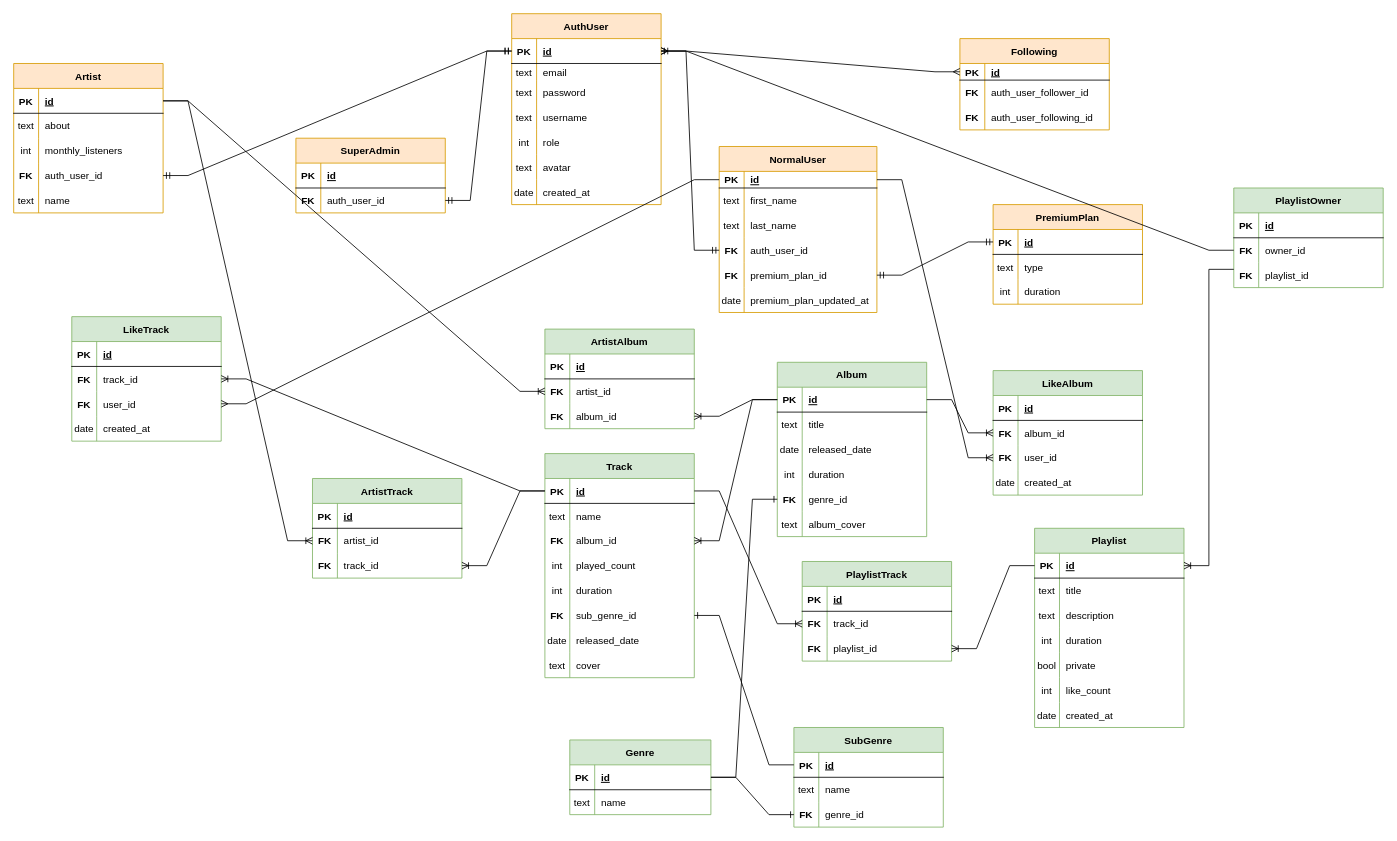
shakibfarzan/air-vinyl keeps this draw.io diagram as ERD.drawio. Above is the earlier version. Source tidied: cells renumbered, new cells numbered last; positions are measured from the earlier drawing's top-left corner, leaving out a move shared by most shapes. Both pictures are drawn from the tidied source at 83%, with x=0, y=0 at pixel (13, 13).
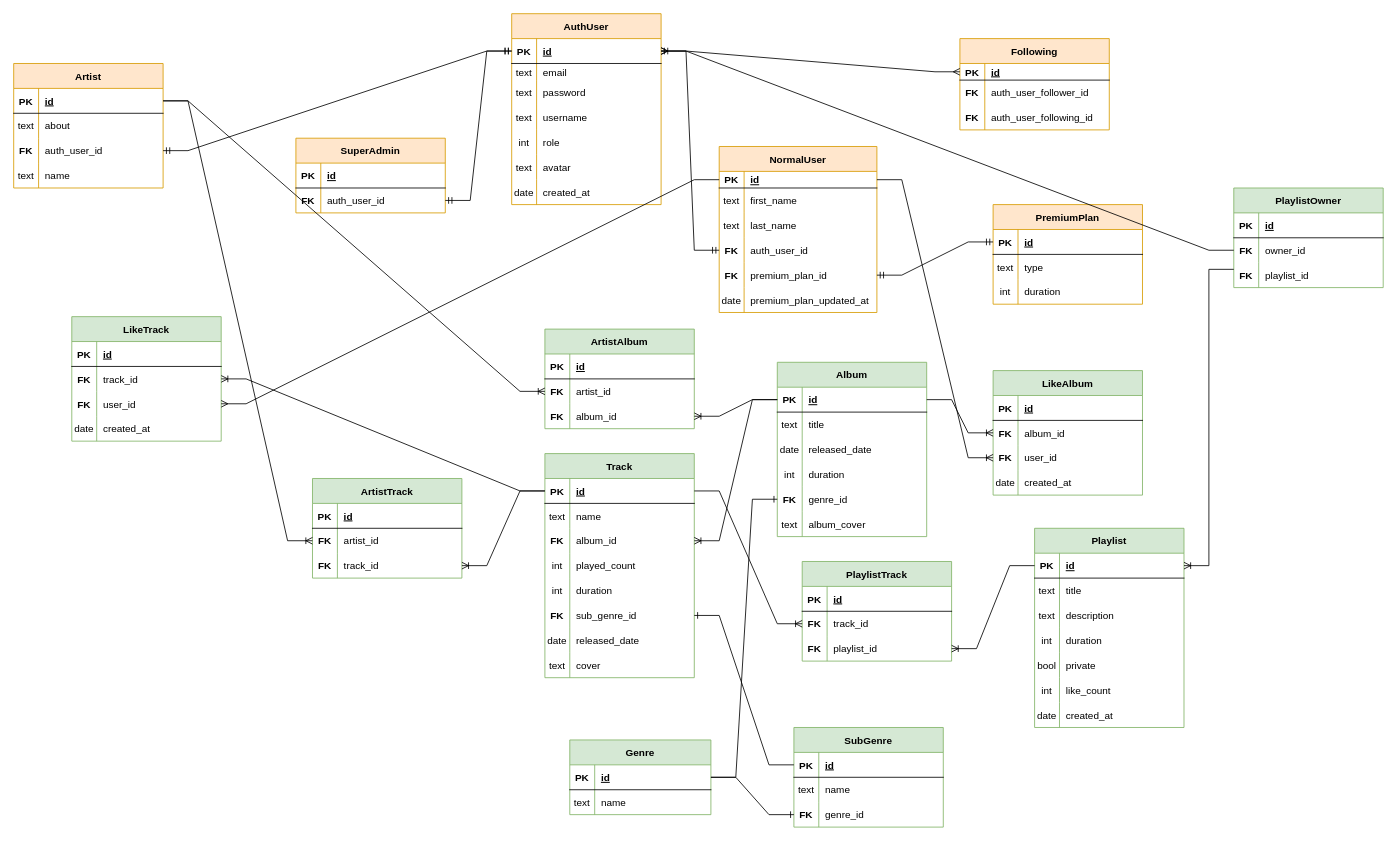
Above is the later version.

Change to the diagram source:
```diff
@@
     <mxCell id="63" value="Artist" style="shape=table;startSize=30;childLayout=tableLayout;rowLines=0;fontStyle=1;align=center;fillColor=#ffe6cc;strokeColor=#d79b00;" parent="1" vertex="1">
-      <mxGeometry y="60" width="180" height="180" as="geometry" />
+      <mxGeometry y="60" width="180" height="150" as="geometry" />
     </mxCell>
@@
-    <mxCell id="70" style="shape=tableRow;horizontal=0;startSize=0;swimlaneHead=0;swimlaneBody=0;fillColor=none;top=0;left=0;right=0;bottom=0;" parent="63" vertex="1">
-      <mxGeometry y="90" width="180" height="30" as="geometry" />
-    </mxCell>
-    <mxCell id="71" value="int" style="shape=partialRectangle;fillColor=none;top=0;left=0;bottom=0;right=0;overflow=hidden;" parent="70" vertex="1">
-      <mxGeometry width="30" height="30" as="geometry" />
-    </mxCell>
-    <mxCell id="72" value="monthly_listeners" style="shape=partialRectangle;fillColor=none;top=0;left=0;bottom=0;right=0;align=left;spacingLeft=6;overflow=hidden;" parent="70" vertex="1">
-      <mxGeometry x="30" width="150" height="30" as="geometry" />
-    </mxCell>
     <mxCell id="73" style="shape=tableRow;horizontal=0;startSize=0;swimlaneHead=0;swimlaneBody=0;fillColor=none;points=[[0,0.5],[1,0.5]];portConstraint=eastwest;top=0;left=0;right=0;bottom=0;" parent="63" vertex="1">
-      <mxGeometry y="120" width="180" height="30" as="geometry" />
+      <mxGeometry y="90" width="180" height="30" as="geometry" />
     </mxCell>
@@
     <mxCell id="76" style="shape=tableRow;horizontal=0;startSize=0;swimlaneHead=0;swimlaneBody=0;fillColor=none;top=0;left=0;right=0;bottom=0;" parent="63" vertex="1">
-      <mxGeometry y="150" width="180" height="30" as="geometry" />
+      <mxGeometry y="120" width="180" height="30" as="geometry" />
     </mxCell>
```
